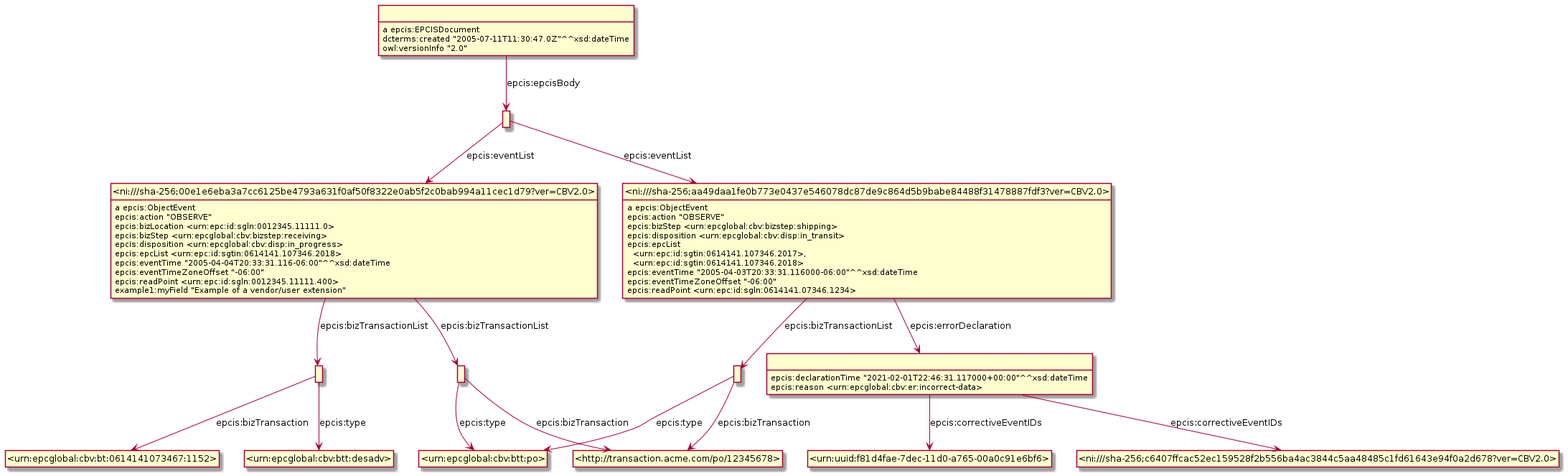
Earlier version of the PlantUML export Diagrams/Example_9.6.1-ObjectEvent-with-error-declaration.png (gs1/EPCIS).
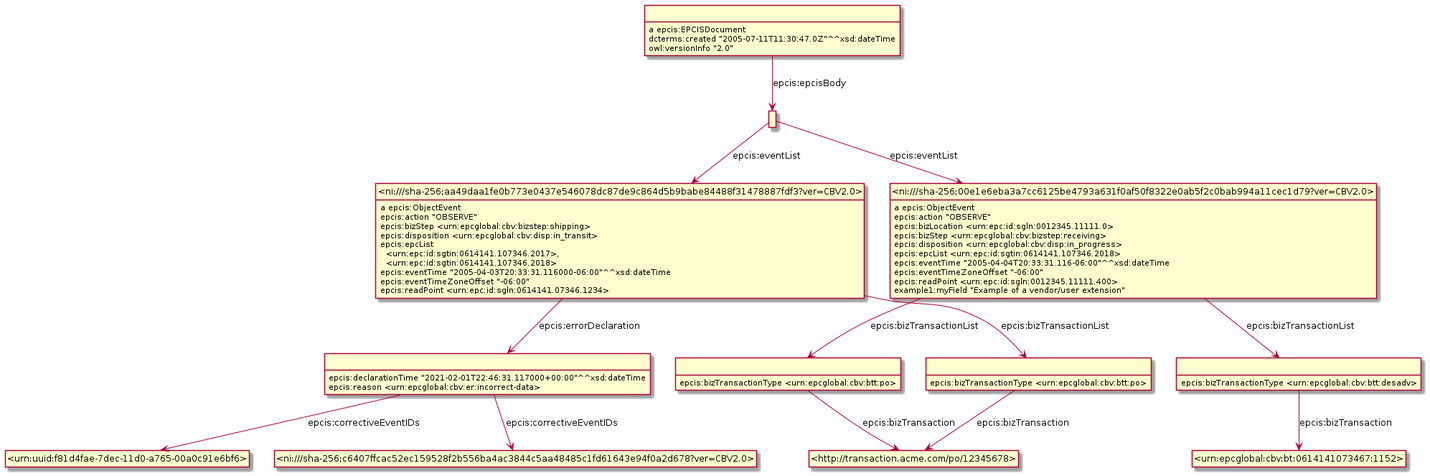
Above is the later version.

What changed in the source:
```diff
@@ -3,21 +3,29 @@
 hide empty attributes
 hide circle
 skinparam classAttributeIconSize 0
-class _r1623307980r3_ as " "
+class _r1623935910r5_ as " "
+class _urn_uuid_f81d4fae_7dec_11d0_a765_00a0c91e6bf6_ as "<urn:uuid:f81d4fae-7dec-11d0-a765-00a0c91e6bf6>"
+_r1623935910r5_ -down-> _urn_uuid_f81d4fae_7dec_11d0_a765_00a0c91e6bf6_ : epcis:correctiveEventIDs
+class _ni_sha_256_c6407ffcac52ec159528f2b556ba4ac3844c5aa48485c1fd61643e94f0a2d678_ver_CBV2_0_ as "<ni:///sha-256;c6407ffcac52ec159528f2b556ba4ac3844c5aa48485c1fd61643e94f0a2d678?ver=CBV2.0>"
+_r1623935910r5_ -down-> _ni_sha_256_c6407ffcac52ec159528f2b556ba4ac3844c5aa48485c1fd61643e94f0a2d678_ver_CBV2_0_ : epcis:correctiveEventIDs
+_r1623935910r5_ : epcis:declarationTime "2021-02-01T22:46:31.117000+00:00"^^xsd:dateTime
+_r1623935910r5_ : epcis:reason <urn:epcglobal:cbv:er:incorrect-data>
+class _r1623935910r3_ as " "
+class _http_transaction_acme_com_po_12345678_ as "<http://transaction.acme.com/po/12345678>"
+_r1623935910r3_ -down-> _http_transaction_acme_com_po_12345678_ : epcis:bizTransaction
+_r1623935910r3_ : epcis:bizTransactionType <urn:epcglobal:cbv:btt:po>
+class _r1623935910r1_ as " "
 class _ni_sha_256_00e1e6eba3a7cc6125be4793a631f0af50f8322e0ab5f2c0bab994a11cec1d79_ver_CBV2_0_ as "<ni:///sha-256;00e1e6eba3a7cc6125be4793a631f0af50f8322e0ab5f2c0bab994a11cec1d79?ver=CBV2.0>"
-_r1623307980r3_ -down-> _ni_sha_256_00e1e6eba3a7cc6125be4793a631f0af50f8322e0ab5f2c0bab994a11cec1d79_ver_CBV2_0_ : epcis:eventList
+_r1623935910r1_ -down-> _ni_sha_256_00e1e6eba3a7cc6125be4793a631f0af50f8322e0ab5f2c0bab994a11cec1d79_ver_CBV2_0_ : epcis:eventList
 class _ni_sha_256_aa49daa1fe0b773e0437e546078dc87de9c864d5b9babe84488f31478887fdf3_ver_CBV2_0_ as "<ni:///sha-256;aa49daa1fe0b773e0437e546078dc87de9c864d5b9babe84488f31478887fdf3?ver=CBV2.0>"
-_r1623307980r3_ -down-> _ni_sha_256_aa49daa1fe0b773e0437e546078dc87de9c864d5b9babe84488f31478887fdf3_ver_CBV2_0_ : epcis:eventList
-class _r1623307980r2_ as " "
-_r1623307980r2_ : a epcis:EPCISDocument
-_r1623307980r2_ -down-> _r1623307980r3_ : epcis:epcisBody
-_r1623307980r2_ : dcterms:created "2005-07-11T11:30:47.0Z"^^xsd:dateTime
-_r1623307980r2_ : owl:versionInfo "2.0"
+_r1623935910r1_ -down-> _ni_sha_256_aa49daa1fe0b773e0437e546078dc87de9c864d5b9babe84488f31478887fdf3_ver_CBV2_0_ : epcis:eventList
+class _r1623935910r2_ as " "
+class _urn_epcglobal_cbv_bt_0614141073467_1152_ as "<urn:epcglobal:cbv:bt:0614141073467:1152>"
+_r1623935910r2_ -down-> _urn_epcglobal_cbv_bt_0614141073467_1152_ : epcis:bizTransaction
+_r1623935910r2_ : epcis:bizTransactionType <urn:epcglobal:cbv:btt:desadv>
 _ni_sha_256_00e1e6eba3a7cc6125be4793a631f0af50f8322e0ab5f2c0bab994a11cec1d79_ver_CBV2_0_ : a epcis:ObjectEvent
-class _r1623307980r1_ as " "
-_ni_sha_256_00e1e6eba3a7cc6125be4793a631f0af50f8322e0ab5f2c0bab994a11cec1d79_ver_CBV2_0_ -down-> _r1623307980r1_ : epcis:bizTransactionList
-class _r1623307980r0_ as " "
-_ni_sha_256_00e1e6eba3a7cc6125be4793a631f0af50f8322e0ab5f2c0bab994a11cec1d79_ver_CBV2_0_ -down-> _r1623307980r0_ : epcis:bizTransactionList
+_ni_sha_256_00e1e6eba3a7cc6125be4793a631f0af50f8322e0ab5f2c0bab994a11cec1d79_ver_CBV2_0_ -down-> _r1623935910r3_ : epcis:bizTransactionList
+_ni_sha_256_00e1e6eba3a7cc6125be4793a631f0af50f8322e0ab5f2c0bab994a11cec1d79_ver_CBV2_0_ -down-> _r1623935910r2_ : epcis:bizTransactionList
 _ni_sha_256_00e1e6eba3a7cc6125be4793a631f0af50f8322e0ab5f2c0bab994a11cec1d79_ver_CBV2_0_ : epcis:action "OBSERVE"
 _ni_sha_256_00e1e6eba3a7cc6125be4793a631f0af50f8322e0ab5f2c0bab994a11cec1d79_ver_CBV2_0_ : epcis:bizLocation <urn:epc:id:sgln:0012345.11111.0>
 _ni_sha_256_00e1e6eba3a7cc6125be4793a631f0af50f8322e0ab5f2c0bab994a11cec1d79_ver_CBV2_0_ : epcis:bizStep <urn:epcglobal:cbv:bizstep:receiving>
@@ -27,17 +35,17 @@
 _ni_sha_256_00e1e6eba3a7cc6125be4793a631f0af50f8322e0ab5f2c0bab994a11cec1d79_ver_CBV2_0_ : epcis:eventTimeZoneOffset "-06:00"
 _ni_sha_256_00e1e6eba3a7cc6125be4793a631f0af50f8322e0ab5f2c0bab994a11cec1d79_ver_CBV2_0_ : epcis:readPoint <urn:epc:id:sgln:0012345.11111.400>
 _ni_sha_256_00e1e6eba3a7cc6125be4793a631f0af50f8322e0ab5f2c0bab994a11cec1d79_ver_CBV2_0_ : example1:myField "Example of a vendor/user extension"
-class _urn_epcglobal_cbv_btt_po_ as "<urn:epcglobal:cbv:btt:po>"
-_r1623307980r0_ -down-> _urn_epcglobal_cbv_btt_po_ : epcis:type
-class _http_transaction_acme_com_po_12345678_ as "<http://transaction.acme.com/po/12345678>"
-_r1623307980r0_ -down-> _http_transaction_acme_com_po_12345678_ : epcis:bizTransaction
-class _r1623307980r4_ as " "
-_r1623307980r4_ -down-> _urn_epcglobal_cbv_btt_po_ : epcis:type
-_r1623307980r4_ -down-> _http_transaction_acme_com_po_12345678_ : epcis:bizTransaction
+class _r1623935910r0_ as " "
+_r1623935910r0_ : a epcis:EPCISDocument
+_r1623935910r0_ -down-> _r1623935910r1_ : epcis:epcisBody
+_r1623935910r0_ : dcterms:created "2005-07-11T11:30:47.0Z"^^xsd:dateTime
+_r1623935910r0_ : owl:versionInfo "2.0"
+class _r1623935910r4_ as " "
+_r1623935910r4_ -down-> _http_transaction_acme_com_po_12345678_ : epcis:bizTransaction
+_r1623935910r4_ : epcis:bizTransactionType <urn:epcglobal:cbv:btt:po>
 _ni_sha_256_aa49daa1fe0b773e0437e546078dc87de9c864d5b9babe84488f31478887fdf3_ver_CBV2_0_ : a epcis:ObjectEvent
-class _r1623307980r5_ as " "
-_ni_sha_256_aa49daa1fe0b773e0437e546078dc87de9c864d5b9babe84488f31478887fdf3_ver_CBV2_0_ -down-> _r1623307980r5_ : epcis:errorDeclaration
-_ni_sha_256_aa49daa1fe0b773e0437e546078dc87de9c864d5b9babe84488f31478887fdf3_ver_CBV2_0_ -down-> _r1623307980r4_ : epcis:bizTransactionList
+_ni_sha_256_aa49daa1fe0b773e0437e546078dc87de9c864d5b9babe84488f31478887fdf3_ver_CBV2_0_ -down-> _r1623935910r5_ : epcis:errorDeclaration
+_ni_sha_256_aa49daa1fe0b773e0437e546078dc87de9c864d5b9babe84488f31478887fdf3_ver_CBV2_0_ -down-> _r1623935910r4_ : epcis:bizTransactionList
 _ni_sha_256_aa49daa1fe0b773e0437e546078dc87de9c864d5b9babe84488f31478887fdf3_ver_CBV2_0_ : epcis:action "OBSERVE"
 _ni_sha_256_aa49daa1fe0b773e0437e546078dc87de9c864d5b9babe84488f31478887fdf3_ver_CBV2_0_ : epcis:bizStep <urn:epcglobal:cbv:bizstep:shipping>
 _ni_sha_256_aa49daa1fe0b773e0437e546078dc87de9c864d5b9babe84488f31478887fdf3_ver_CBV2_0_ : epcis:disposition <urn:epcglobal:cbv:disp:in_transit>
@@ -45,14 +53,4 @@
 _ni_sha_256_aa49daa1fe0b773e0437e546078dc87de9c864d5b9babe84488f31478887fdf3_ver_CBV2_0_ : epcis:eventTime "2005-04-03T20:33:31.116000-06:00"^^xsd:dateTime
 _ni_sha_256_aa49daa1fe0b773e0437e546078dc87de9c864d5b9babe84488f31478887fdf3_ver_CBV2_0_ : epcis:eventTimeZoneOffset "-06:00"
 _ni_sha_256_aa49daa1fe0b773e0437e546078dc87de9c864d5b9babe84488f31478887fdf3_ver_CBV2_0_ : epcis:readPoint <urn:epc:id:sgln:0614141.07346.1234>
-class _urn_uuid_f81d4fae_7dec_11d0_a765_00a0c91e6bf6_ as "<urn:uuid:f81d4fae-7dec-11d0-a765-00a0c91e6bf6>"
-_r1623307980r5_ -down-> _urn_uuid_f81d4fae_7dec_11d0_a765_00a0c91e6bf6_ : epcis:correctiveEventIDs
-class _ni_sha_256_c6407ffcac52ec159528f2b556ba4ac3844c5aa48485c1fd61643e94f0a2d678_ver_CBV2_0_ as "<ni:///sha-256;c6407ffcac52ec159528f2b556ba4ac3844c5aa48485c1fd61643e94f0a2d678?ver=CBV2.0>"
-_r1623307980r5_ -down-> _ni_sha_256_c6407ffcac52ec159528f2b556ba4ac3844c5aa48485c1fd61643e94f0a2d678_ver_CBV2_0_ : epcis:correctiveEventIDs
-_r1623307980r5_ : epcis:declarationTime "2021-02-01T22:46:31.117000+00:00"^^xsd:dateTime
-_r1623307980r5_ : epcis:reason <urn:epcglobal:cbv:er:incorrect-data>
-class _urn_epcglobal_cbv_bt_0614141073467_1152_ as "<urn:epcglobal:cbv:bt:0614141073467:1152>"
-_r1623307980r1_ -down-> _urn_epcglobal_cbv_bt_0614141073467_1152_ : epcis:bizTransaction
-class _urn_epcglobal_cbv_btt_desadv_ as "<urn:epcglobal:cbv:btt:desadv>"
-_r1623307980r1_ -down-> _urn_epcglobal_cbv_btt_desadv_ : epcis:type
 @enduml
```
